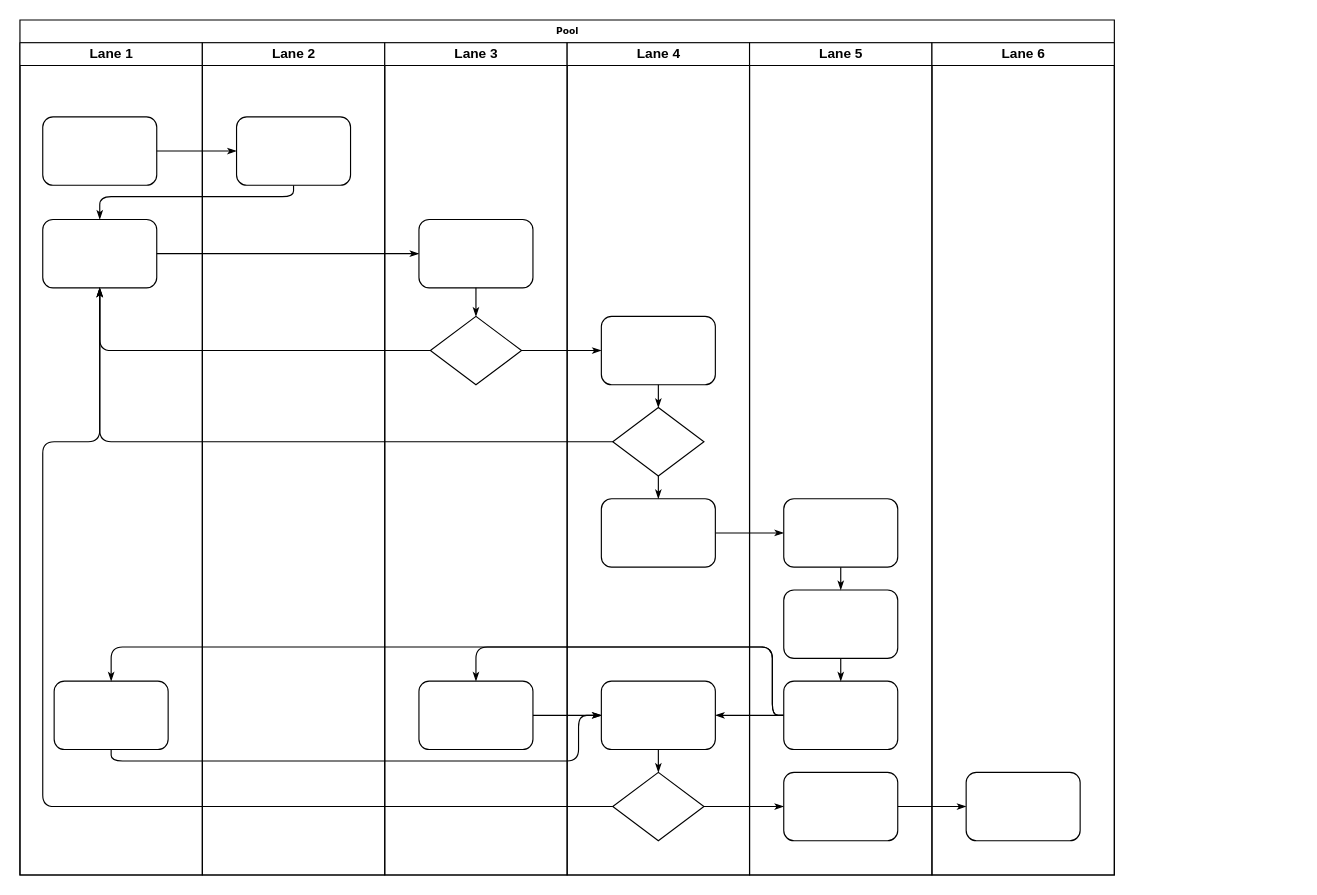
Earlier version of the draw.io diagram Untitled Diagram.drawio (tarkers/Food_taste.github.io). Source tidied: cells renumbered, new cells numbered last; positions are measured from the earlier drawing's top-left corner, leaving out a move shared by most shapes. Both pictures are drawn from the tidied source at 114%, with x=0, y=0 at pixel (19, 19).
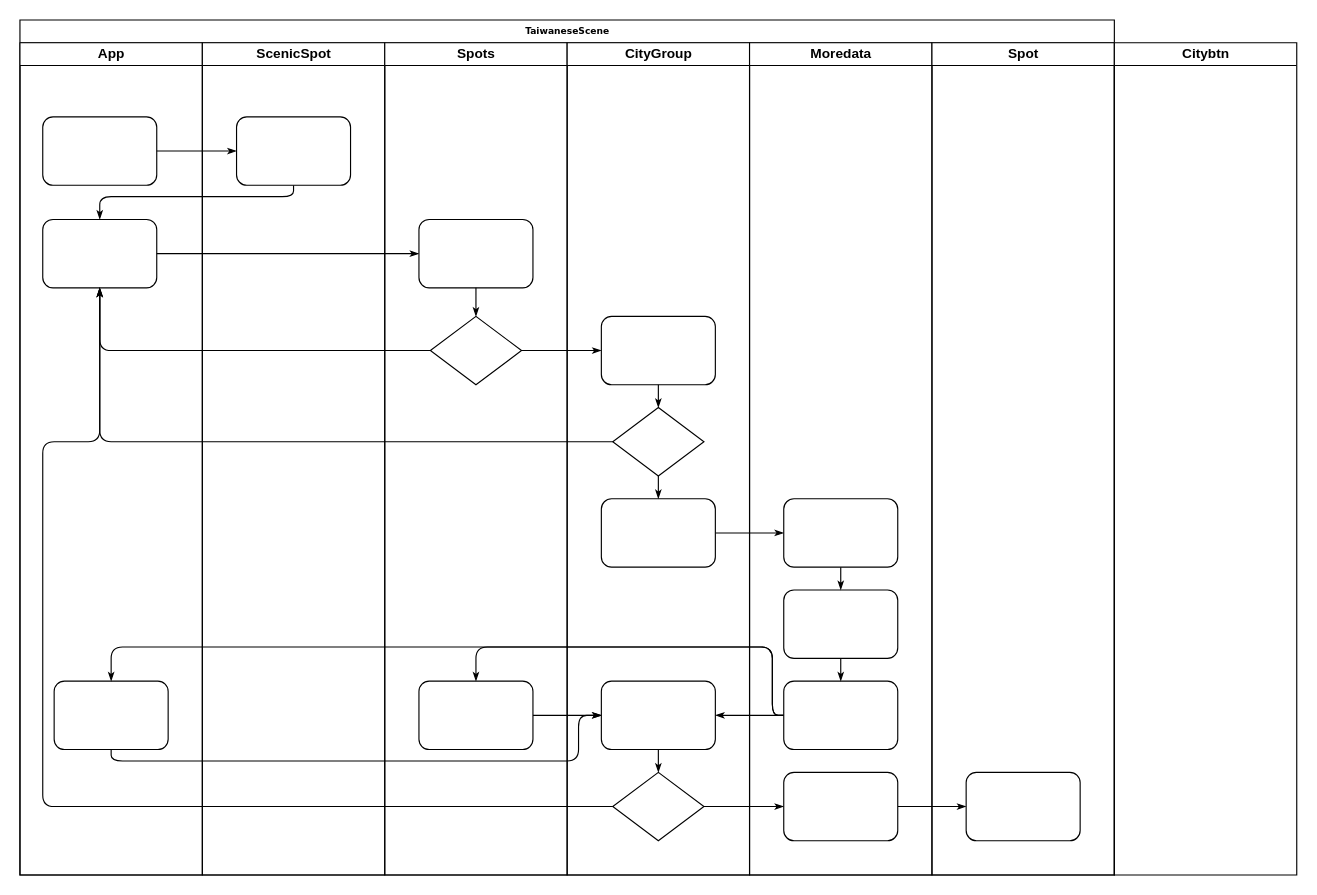
The same diagram, later.

Diff of the diagram source:
```diff
@@
-    <mxCell id="2" value="Pool" style="swimlane;html=1;startSize=20;rounded=0;shadow=0;labelBackgroundColor=none;strokeWidth=1;fontFamily=Verdana;fontSize=8;align=center;" parent="1" vertex="1">
+    <mxCell id="2" value="TaiwaneseScene" style="swimlane;html=1;startSize=20;rounded=0;shadow=0;labelBackgroundColor=none;strokeWidth=1;fontFamily=Verdana;fontSize=8;align=center;" parent="1" vertex="1">
       <mxGeometry width="960" height="750" as="geometry" />
     </mxCell>
-    <mxCell id="3" value="Lane 1" style="swimlane;html=1;startSize=20;" parent="2" vertex="1">
+    <mxCell id="3" value="App" style="swimlane;html=1;startSize=20;" parent="2" vertex="1">
       <mxGeometry y="20" width="160" height="730" as="geometry" />
     </mxCell>
@@
-    <mxCell id="22" value="Lane 2" style="swimlane;html=1;startSize=20;" parent="2" vertex="1">
+    <mxCell id="22" value="ScenicSpot" style="swimlane;html=1;startSize=20;" parent="2" vertex="1">
       <mxGeometry x="160" y="20" width="160" height="730" as="geometry" />
     </mxCell>
@@
-    <mxCell id="24" value="Lane 3" style="swimlane;html=1;startSize=20;" parent="2" vertex="1">
+    <mxCell id="24" value="Spots" style="swimlane;html=1;startSize=20;" parent="2" vertex="1">
       <mxGeometry x="320" y="20" width="160" height="730" as="geometry" />
     </mxCell>
@@
-    <mxCell id="29" value="Lane 4" style="swimlane;html=1;startSize=20;" parent="2" vertex="1">
+    <mxCell id="29" value="CityGroup" style="swimlane;html=1;startSize=20;" parent="2" vertex="1">
       <mxGeometry x="480" y="20" width="160" height="730" as="geometry" />
     </mxCell>
@@
-    <mxCell id="38" value="Lane 5" style="swimlane;html=1;startSize=20;" parent="2" vertex="1">
+    <mxCell id="38" value="Moredata" style="swimlane;html=1;startSize=20;" parent="2" vertex="1">
       <mxGeometry x="640" y="20" width="160" height="730" as="geometry" />
     </mxCell>
@@
-    <mxCell id="45" value="Lane 6" style="swimlane;html=1;startSize=20;" parent="2" vertex="1">
+    <mxCell id="45" value="Spot" style="swimlane;html=1;startSize=20;" parent="2" vertex="1">
       <mxGeometry x="800" y="20" width="160" height="730" as="geometry" />
     </mxCell>
@@
+    <mxCell id="47" value="Citybtn" style="swimlane;html=1;startSize=20;" parent="1" vertex="1">
+      <mxGeometry x="960" y="20" width="160" height="730" as="geometry" />
+    </mxCell>
```
